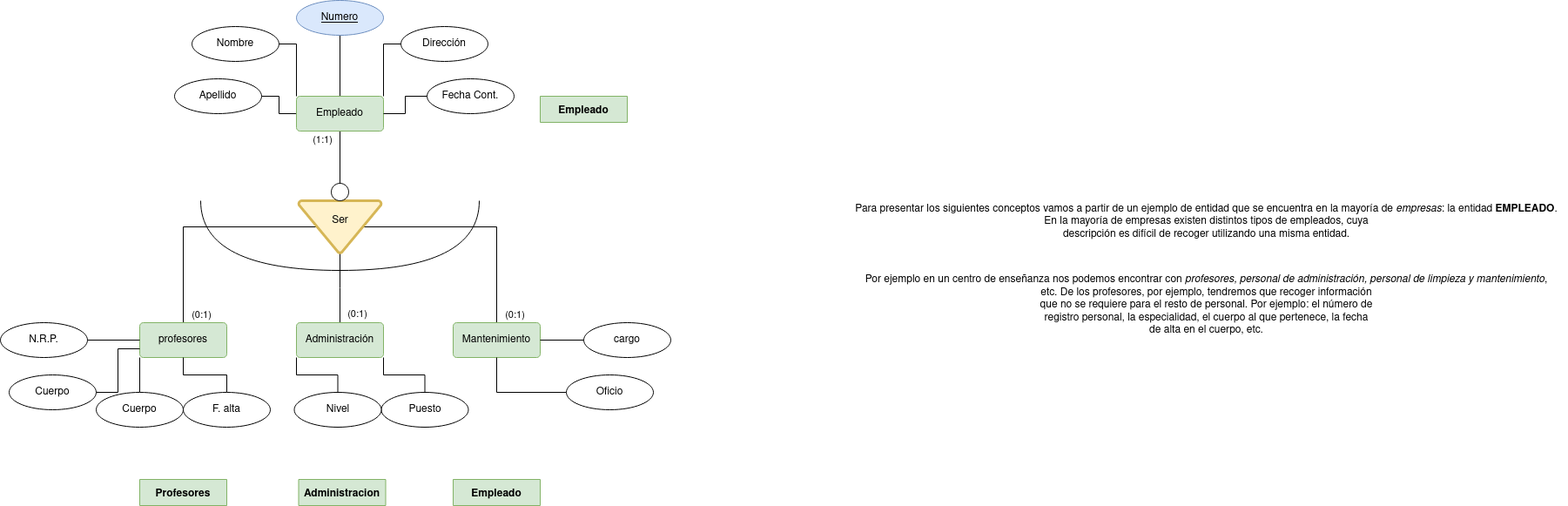
Above: tareas base de datos/Actividades_Esquemas/Actividades_Esquemas/ejercicio_7.drawio.png in Angel-L-G/Base-Datos (draw.io), before the change. Source tidied: cells renumbered, new cells last; positions are measured from the earlier drawing's top-left corner, leaving out a move shared by most shapes.
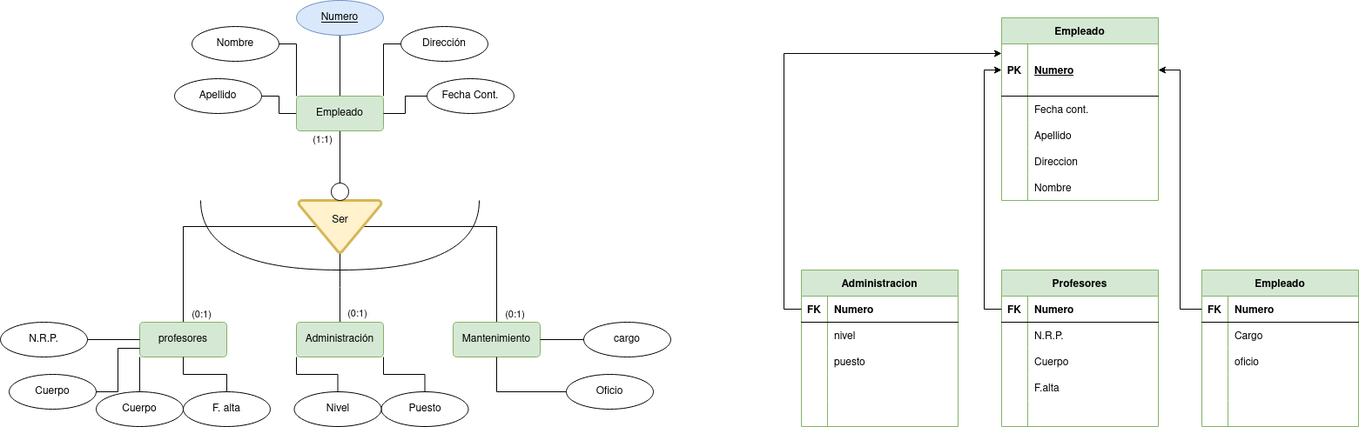
After the change.

The edit, as a diff of the source:
```diff
@@ -2,9 +2,6 @@
   <root>
     <mxCell id="0" />
     <mxCell id="1" parent="0" />
-    <mxCell id="2" value="&lt;br&gt;&lt;br/&gt;&lt;p dir=&quot;auto&quot;&gt;Para presentar los siguientes conceptos vamos a partir de un ejemplo de entidad que se encuentra en la mayoría de &lt;em&gt;empresas&lt;/em&gt;: la entidad &lt;strong&gt;EMPLEADO&lt;/strong&gt;.&lt;br/&gt; En la mayoría de empresas existen distintos tipos de empleados, cuya &lt;br/&gt;descripción es difícil de recoger utilizando una misma entidad.&lt;/p&gt;&lt;br/&gt;&lt;p dir=&quot;auto&quot;&gt;Por ejemplo en un centro de enseñanza nos podemos encontrar con &lt;em&gt;profesores, personal de administración, personal de limpieza y mantenimiento&lt;/em&gt;,&lt;br/&gt; etc. De los profesores, por ejemplo, tendremos que recoger información &lt;br/&gt;que no se requiere para el resto de personal. Por ejemplo: el número de &lt;br/&gt;registro personal, la especialidad, el cuerpo al que pertenece, la fecha&lt;br/&gt; de alta en el cuerpo, etc.&lt;/p&gt;" style="text;html=1;align=center;verticalAlign=middle;strokeColor=none;fillColor=none;" parent="1" vertex="1">
-      <mxGeometry x="970" y="185" width="830" height="220" as="geometry" />
-    </mxCell>
     <mxCell id="3" style="edgeStyle=orthogonalEdgeStyle;rounded=0;jettySize=auto;html=1;entryX=0.22;entryY=0.5;entryDx=0;entryDy=0;entryPerimeter=0;endArrow=none;endFill=0;" parent="1" edge="1" source="5" target="18">
       <mxGeometry relative="1" as="geometry">
         <Array as="points">
@@ -142,17 +139,211 @@
     <mxCell id="42" value="N.R.P." style="ellipse;whiteSpace=wrap;html=1;align=center;strokeWidth=1;" parent="1" vertex="1">
       <mxGeometry y="370" width="100" height="40" as="geometry" />
     </mxCell>
-    <mxCell id="43" value="Empleado" style="shape=table;startSize=30;rowLines=0;fontStyle=1;align=center;fillColor=#d5e8d4;strokeColor=#82b366;" parent="1" vertex="1" collapsed="1">
-      <mxGeometry x="620" y="110" width="100" height="30" as="geometry" />
+    <mxCell id="43" value="Empleado" style="shape=table;startSize=30;rowLines=0;fontStyle=1;align=center;fillColor=#d5e8d4;strokeColor=#82b366;" parent="1" vertex="1">
+      <mxGeometry x="1150" y="20" width="180" height="210" as="geometry" />
     </mxCell>
+    <mxCell id="47" style="shape=tableRow;horizontal=0;startSize=0;swimlaneHead=0;swimlaneBody=0;fillColor=none;points=[[0,0.5],[1,0.5]];portConstraint=eastwest;top=0;left=0;right=0;bottom=1;" parent="43" vertex="1">
+      <mxGeometry y="30" width="180" height="60" as="geometry" />
+    </mxCell>
+    <mxCell id="48" value="PK" style="shape=partialRectangle;fillColor=none;top=0;left=0;bottom=0;right=0;fontStyle=1;overflow=hidden;" parent="47" vertex="1">
+      <mxGeometry width="30" height="60" as="geometry" />
+    </mxCell>
+    <mxCell id="49" value="Numero" style="shape=partialRectangle;fillColor=none;top=0;left=0;bottom=0;right=0;align=left;spacingLeft=6;fontStyle=5;overflow=hidden;" parent="47" vertex="1">
+      <mxGeometry x="30" width="150" height="60" as="geometry" />
+    </mxCell>
+    <mxCell id="50" style="shape=tableRow;horizontal=0;startSize=0;swimlaneHead=0;swimlaneBody=0;fillColor=none;top=0;left=0;right=0;bottom=0;" parent="43" vertex="1">
+      <mxGeometry y="90" width="180" height="30" as="geometry" />
+    </mxCell>
+    <mxCell id="51" style="shape=partialRectangle;fillColor=none;top=0;left=0;bottom=0;right=0;overflow=hidden;" parent="50" vertex="1">
+      <mxGeometry width="30" height="30" as="geometry" />
+    </mxCell>
+    <mxCell id="52" value="Fecha cont." style="shape=partialRectangle;fillColor=none;top=0;left=0;bottom=0;right=0;align=left;spacingLeft=6;overflow=hidden;" parent="50" vertex="1">
+      <mxGeometry x="30" width="150" height="30" as="geometry" />
+    </mxCell>
+    <mxCell id="53" style="shape=tableRow;horizontal=0;startSize=0;swimlaneHead=0;swimlaneBody=0;fillColor=none;top=0;left=0;right=0;bottom=0;" parent="43" vertex="1">
+      <mxGeometry y="120" width="180" height="30" as="geometry" />
+    </mxCell>
+    <mxCell id="54" style="shape=partialRectangle;fillColor=none;top=0;left=0;bottom=0;right=0;overflow=hidden;" parent="53" vertex="1">
+      <mxGeometry width="30" height="30" as="geometry" />
+    </mxCell>
+    <mxCell id="55" value="Apellido" style="shape=partialRectangle;fillColor=none;top=0;left=0;bottom=0;right=0;align=left;spacingLeft=6;overflow=hidden;" parent="53" vertex="1">
+      <mxGeometry x="30" width="150" height="30" as="geometry" />
+    </mxCell>
+    <mxCell id="56" style="shape=tableRow;horizontal=0;startSize=0;swimlaneHead=0;swimlaneBody=0;fillColor=none;top=0;left=0;right=0;bottom=0;" parent="43" vertex="1">
+      <mxGeometry y="150" width="180" height="30" as="geometry" />
+    </mxCell>
+    <mxCell id="57" style="shape=partialRectangle;fillColor=none;top=0;left=0;bottom=0;right=0;overflow=hidden;" parent="56" vertex="1">
+      <mxGeometry width="30" height="30" as="geometry" />
+    </mxCell>
+    <mxCell id="58" value="Direccion" style="shape=partialRectangle;fillColor=none;top=0;left=0;bottom=0;right=0;align=left;spacingLeft=6;overflow=hidden;" parent="56" vertex="1">
+      <mxGeometry x="30" width="150" height="30" as="geometry" />
+    </mxCell>
+    <mxCell id="59" style="shape=tableRow;horizontal=0;startSize=0;swimlaneHead=0;swimlaneBody=0;fillColor=none;top=0;left=0;right=0;bottom=0;" parent="43" vertex="1">
+      <mxGeometry y="180" width="180" height="30" as="geometry" />
+    </mxCell>
+    <mxCell id="60" style="shape=partialRectangle;fillColor=none;top=0;left=0;bottom=0;right=0;overflow=hidden;" parent="59" vertex="1">
+      <mxGeometry width="30" height="30" as="geometry" />
+    </mxCell>
+    <mxCell id="61" value="Nombre" style="shape=partialRectangle;fillColor=none;top=0;left=0;bottom=0;right=0;align=left;spacingLeft=6;overflow=hidden;" parent="59" vertex="1">
+      <mxGeometry x="30" width="150" height="30" as="geometry" />
+    </mxCell>
-    <mxCell id="44" value="Profesores" style="shape=table;startSize=30;rowLines=0;fontStyle=1;align=center;fillColor=#d5e8d4;strokeColor=#82b366;" parent="1" vertex="1" collapsed="1">
-      <mxGeometry x="160" y="550" width="100" height="30" as="geometry" />
+    <mxCell id="44" value="Profesores" style="shape=table;startSize=30;rowLines=0;fontStyle=1;align=center;fillColor=#d5e8d4;strokeColor=#82b366;" parent="1" vertex="1">
+      <mxGeometry x="1150" y="310" width="180" height="180" as="geometry" />
     </mxCell>
+    <mxCell id="62" style="shape=tableRow;horizontal=0;startSize=0;swimlaneHead=0;swimlaneBody=0;fillColor=none;points=[[0,0.5],[1,0.5]];portConstraint=eastwest;top=0;left=0;right=0;bottom=1;" parent="44" vertex="1">
+      <mxGeometry y="30" width="180" height="30" as="geometry" />
+    </mxCell>
+    <mxCell id="63" value="FK" style="shape=partialRectangle;fillColor=none;top=0;left=0;bottom=0;right=0;fontStyle=1;overflow=hidden;" parent="62" vertex="1">
+      <mxGeometry width="30" height="30" as="geometry" />
+    </mxCell>
+    <mxCell id="64" value="Numero" style="shape=partialRectangle;fillColor=none;top=0;left=0;bottom=0;right=0;align=left;spacingLeft=6;fontStyle=1;overflow=hidden;" parent="62" vertex="1">
+      <mxGeometry x="30" width="150" height="30" as="geometry" />
+    </mxCell>
+    <mxCell id="65" style="shape=tableRow;horizontal=0;startSize=0;swimlaneHead=0;swimlaneBody=0;fillColor=none;top=0;left=0;right=0;bottom=0;" parent="44" vertex="1">
+      <mxGeometry y="60" width="180" height="30" as="geometry" />
+    </mxCell>
+    <mxCell id="66" style="shape=partialRectangle;fillColor=none;top=0;left=0;bottom=0;right=0;overflow=hidden;" parent="65" vertex="1">
+      <mxGeometry width="30" height="30" as="geometry" />
+    </mxCell>
+    <mxCell id="67" value="N.R.P." style="shape=partialRectangle;fillColor=none;top=0;left=0;bottom=0;right=0;align=left;spacingLeft=6;overflow=hidden;" parent="65" vertex="1">
+      <mxGeometry x="30" width="150" height="30" as="geometry" />
+    </mxCell>
+    <mxCell id="68" style="shape=tableRow;horizontal=0;startSize=0;swimlaneHead=0;swimlaneBody=0;fillColor=none;top=0;left=0;right=0;bottom=0;" parent="44" vertex="1">
+      <mxGeometry y="90" width="180" height="30" as="geometry" />
+    </mxCell>
+    <mxCell id="69" style="shape=partialRectangle;fillColor=none;top=0;left=0;bottom=0;right=0;overflow=hidden;" parent="68" vertex="1">
+      <mxGeometry width="30" height="30" as="geometry" />
+    </mxCell>
+    <mxCell id="70" value="Cuerpo" style="shape=partialRectangle;fillColor=none;top=0;left=0;bottom=0;right=0;align=left;spacingLeft=6;overflow=hidden;" parent="68" vertex="1">
+      <mxGeometry x="30" width="150" height="30" as="geometry" />
+    </mxCell>
+    <mxCell id="71" style="shape=tableRow;horizontal=0;startSize=0;swimlaneHead=0;swimlaneBody=0;fillColor=none;top=0;left=0;right=0;bottom=0;" parent="44" vertex="1">
+      <mxGeometry y="120" width="180" height="30" as="geometry" />
+    </mxCell>
+    <mxCell id="72" style="shape=partialRectangle;fillColor=none;top=0;left=0;bottom=0;right=0;overflow=hidden;" parent="71" vertex="1">
+      <mxGeometry width="30" height="30" as="geometry" />
+    </mxCell>
+    <mxCell id="73" value="F.alta" style="shape=partialRectangle;fillColor=none;top=0;left=0;bottom=0;right=0;align=left;spacingLeft=6;overflow=hidden;" parent="71" vertex="1">
+      <mxGeometry x="30" width="150" height="30" as="geometry" />
+    </mxCell>
+    <mxCell id="74" style="shape=tableRow;horizontal=0;startSize=0;swimlaneHead=0;swimlaneBody=0;fillColor=none;top=0;left=0;right=0;bottom=0;" parent="44" vertex="1">
+      <mxGeometry y="150" width="180" height="30" as="geometry" />
+    </mxCell>
+    <mxCell id="75" style="shape=partialRectangle;fillColor=none;top=0;left=0;bottom=0;right=0;overflow=hidden;" parent="74" vertex="1">
+      <mxGeometry width="30" height="30" as="geometry" />
+    </mxCell>
+    <mxCell id="76" style="shape=partialRectangle;fillColor=none;top=0;left=0;bottom=0;right=0;align=left;spacingLeft=6;overflow=hidden;" parent="74" vertex="1">
+      <mxGeometry x="30" width="150" height="30" as="geometry" />
+    </mxCell>
-    <mxCell id="45" value="Administracion" style="shape=table;startSize=30;rowLines=0;fontStyle=1;align=center;fillColor=#d5e8d4;strokeColor=#82b366;" parent="1" vertex="1" collapsed="1">
-      <mxGeometry x="342.5" y="550" width="100" height="30" as="geometry" />
+    <mxCell id="45" value="Administracion" style="shape=table;startSize=30;rowLines=0;fontStyle=1;align=center;fillColor=#d5e8d4;strokeColor=#82b366;" parent="1" vertex="1">
+      <mxGeometry x="920" y="310" width="180" height="180" as="geometry" />
     </mxCell>
+    <mxCell id="77" style="shape=tableRow;horizontal=0;startSize=0;swimlaneHead=0;swimlaneBody=0;fillColor=none;points=[[0,0.5],[1,0.5]];portConstraint=eastwest;top=0;left=0;right=0;bottom=1;" parent="45" vertex="1">
+      <mxGeometry y="30" width="180" height="30" as="geometry" />
+    </mxCell>
+    <mxCell id="78" value="FK" style="shape=partialRectangle;fillColor=none;top=0;left=0;bottom=0;right=0;fontStyle=1;overflow=hidden;" parent="77" vertex="1">
+      <mxGeometry width="30" height="30" as="geometry" />
+    </mxCell>
+    <mxCell id="79" value="Numero" style="shape=partialRectangle;fillColor=none;top=0;left=0;bottom=0;right=0;align=left;spacingLeft=6;fontStyle=1;overflow=hidden;" parent="77" vertex="1">
+      <mxGeometry x="30" width="150" height="30" as="geometry" />
+    </mxCell>
+    <mxCell id="80" style="shape=tableRow;horizontal=0;startSize=0;swimlaneHead=0;swimlaneBody=0;fillColor=none;top=0;left=0;right=0;bottom=0;" parent="45" vertex="1">
+      <mxGeometry y="60" width="180" height="30" as="geometry" />
+    </mxCell>
+    <mxCell id="81" style="shape=partialRectangle;fillColor=none;top=0;left=0;bottom=0;right=0;overflow=hidden;" parent="80" vertex="1">
+      <mxGeometry width="30" height="30" as="geometry" />
+    </mxCell>
+    <mxCell id="82" value="nivel" style="shape=partialRectangle;fillColor=none;top=0;left=0;bottom=0;right=0;align=left;spacingLeft=6;overflow=hidden;" parent="80" vertex="1">
+      <mxGeometry x="30" width="150" height="30" as="geometry" />
+    </mxCell>
+    <mxCell id="83" style="shape=tableRow;horizontal=0;startSize=0;swimlaneHead=0;swimlaneBody=0;fillColor=none;top=0;left=0;right=0;bottom=0;" parent="45" vertex="1">
+      <mxGeometry y="90" width="180" height="30" as="geometry" />
+    </mxCell>
+    <mxCell id="84" style="shape=partialRectangle;fillColor=none;top=0;left=0;bottom=0;right=0;overflow=hidden;" parent="83" vertex="1">
+      <mxGeometry width="30" height="30" as="geometry" />
+    </mxCell>
+    <mxCell id="85" value="puesto" style="shape=partialRectangle;fillColor=none;top=0;left=0;bottom=0;right=0;align=left;spacingLeft=6;overflow=hidden;" parent="83" vertex="1">
+      <mxGeometry x="30" width="150" height="30" as="geometry" />
+    </mxCell>
+    <mxCell id="86" style="shape=tableRow;horizontal=0;startSize=0;swimlaneHead=0;swimlaneBody=0;fillColor=none;top=0;left=0;right=0;bottom=0;" parent="45" vertex="1">
+      <mxGeometry y="120" width="180" height="30" as="geometry" />
+    </mxCell>
+    <mxCell id="87" style="shape=partialRectangle;fillColor=none;top=0;left=0;bottom=0;right=0;overflow=hidden;" parent="86" vertex="1">
+      <mxGeometry width="30" height="30" as="geometry" />
+    </mxCell>
+    <mxCell id="88" style="shape=partialRectangle;fillColor=none;top=0;left=0;bottom=0;right=0;align=left;spacingLeft=6;overflow=hidden;" parent="86" vertex="1">
+      <mxGeometry x="30" width="150" height="30" as="geometry" />
+    </mxCell>
+    <mxCell id="89" style="shape=tableRow;horizontal=0;startSize=0;swimlaneHead=0;swimlaneBody=0;fillColor=none;top=0;left=0;right=0;bottom=0;" parent="45" vertex="1">
+      <mxGeometry y="150" width="180" height="30" as="geometry" />
+    </mxCell>
+    <mxCell id="90" style="shape=partialRectangle;fillColor=none;top=0;left=0;bottom=0;right=0;overflow=hidden;" parent="89" vertex="1">
+      <mxGeometry width="30" height="30" as="geometry" />
+    </mxCell>
+    <mxCell id="91" style="shape=partialRectangle;fillColor=none;top=0;left=0;bottom=0;right=0;align=left;spacingLeft=6;overflow=hidden;" parent="89" vertex="1">
+      <mxGeometry x="30" width="150" height="30" as="geometry" />
+    </mxCell>
-    <mxCell id="46" value="Empleado" style="shape=table;startSize=30;rowLines=0;fontStyle=1;align=center;fillColor=#d5e8d4;strokeColor=#82b366;" parent="1" vertex="1" collapsed="1">
-      <mxGeometry x="520" y="550" width="100" height="30" as="geometry" />
+    <mxCell id="46" value="Empleado" style="shape=table;startSize=30;rowLines=0;fontStyle=1;align=center;fillColor=#d5e8d4;strokeColor=#82b366;" parent="1" vertex="1">
+      <mxGeometry x="1380" y="310" width="180" height="180" as="geometry" />
     </mxCell>
+    <mxCell id="92" style="shape=tableRow;horizontal=0;startSize=0;swimlaneHead=0;swimlaneBody=0;fillColor=none;points=[[0,0.5],[1,0.5]];portConstraint=eastwest;top=0;left=0;right=0;bottom=1;" parent="46" vertex="1">
+      <mxGeometry y="30" width="180" height="30" as="geometry" />
+    </mxCell>
+    <mxCell id="93" value="FK" style="shape=partialRectangle;fillColor=none;top=0;left=0;bottom=0;right=0;fontStyle=1;overflow=hidden;" parent="92" vertex="1">
+      <mxGeometry width="30" height="30" as="geometry" />
+    </mxCell>
+    <mxCell id="94" value="Numero" style="shape=partialRectangle;fillColor=none;top=0;left=0;bottom=0;right=0;align=left;spacingLeft=6;fontStyle=1;overflow=hidden;" parent="92" vertex="1">
+      <mxGeometry x="30" width="150" height="30" as="geometry" />
+    </mxCell>
+    <mxCell id="95" style="shape=tableRow;horizontal=0;startSize=0;swimlaneHead=0;swimlaneBody=0;fillColor=none;top=0;left=0;right=0;bottom=0;" parent="46" vertex="1">
+      <mxGeometry y="60" width="180" height="30" as="geometry" />
+    </mxCell>
+    <mxCell id="96" style="shape=partialRectangle;fillColor=none;top=0;left=0;bottom=0;right=0;overflow=hidden;" parent="95" vertex="1">
+      <mxGeometry width="30" height="30" as="geometry" />
+    </mxCell>
+    <mxCell id="97" value="Cargo" style="shape=partialRectangle;fillColor=none;top=0;left=0;bottom=0;right=0;align=left;spacingLeft=6;overflow=hidden;" parent="95" vertex="1">
+      <mxGeometry x="30" width="150" height="30" as="geometry" />
+    </mxCell>
+    <mxCell id="98" style="shape=tableRow;horizontal=0;startSize=0;swimlaneHead=0;swimlaneBody=0;fillColor=none;top=0;left=0;right=0;bottom=0;" parent="46" vertex="1">
+      <mxGeometry y="90" width="180" height="30" as="geometry" />
+    </mxCell>
+    <mxCell id="99" style="shape=partialRectangle;fillColor=none;top=0;left=0;bottom=0;right=0;overflow=hidden;" parent="98" vertex="1">
+      <mxGeometry width="30" height="30" as="geometry" />
+    </mxCell>
+    <mxCell id="100" value="oficio" style="shape=partialRectangle;fillColor=none;top=0;left=0;bottom=0;right=0;align=left;spacingLeft=6;overflow=hidden;" parent="98" vertex="1">
+      <mxGeometry x="30" width="150" height="30" as="geometry" />
+    </mxCell>
+    <mxCell id="101" style="shape=tableRow;horizontal=0;startSize=0;swimlaneHead=0;swimlaneBody=0;fillColor=none;top=0;left=0;right=0;bottom=0;" parent="46" vertex="1">
+      <mxGeometry y="120" width="180" height="30" as="geometry" />
+    </mxCell>
+    <mxCell id="102" style="shape=partialRectangle;fillColor=none;top=0;left=0;bottom=0;right=0;overflow=hidden;" parent="101" vertex="1">
+      <mxGeometry width="30" height="30" as="geometry" />
+    </mxCell>
+    <mxCell id="103" style="shape=partialRectangle;fillColor=none;top=0;left=0;bottom=0;right=0;align=left;spacingLeft=6;overflow=hidden;" parent="101" vertex="1">
+      <mxGeometry x="30" width="150" height="30" as="geometry" />
+    </mxCell>
+    <mxCell id="104" style="shape=tableRow;horizontal=0;startSize=0;swimlaneHead=0;swimlaneBody=0;fillColor=none;top=0;left=0;right=0;bottom=0;" parent="46" vertex="1">
+      <mxGeometry y="150" width="180" height="30" as="geometry" />
+    </mxCell>
+    <mxCell id="105" style="shape=partialRectangle;fillColor=none;top=0;left=0;bottom=0;right=0;overflow=hidden;" parent="104" vertex="1">
+      <mxGeometry width="30" height="30" as="geometry" />
+    </mxCell>
+    <mxCell id="106" style="shape=partialRectangle;fillColor=none;top=0;left=0;bottom=0;right=0;align=left;spacingLeft=6;overflow=hidden;" parent="104" vertex="1">
+      <mxGeometry x="30" width="150" height="30" as="geometry" />
+    </mxCell>
+    <mxCell id="107" style="edgeStyle=orthogonalEdgeStyle;rounded=0;jettySize=auto;html=1;entryX=0;entryY=0.5;entryDx=0;entryDy=0;" parent="1" edge="1" source="62" target="47">
+      <mxGeometry relative="1" as="geometry" />
+    </mxCell>
+    <mxCell id="108" style="edgeStyle=orthogonalEdgeStyle;rounded=0;jettySize=auto;html=1;entryX=1;entryY=0.5;entryDx=0;entryDy=0;" parent="1" edge="1" source="92" target="47">
+      <mxGeometry relative="1" as="geometry" />
+    </mxCell>
+    <mxCell id="109" style="edgeStyle=orthogonalEdgeStyle;rounded=0;jettySize=auto;html=1;entryX=0;entryY=0.183;entryDx=0;entryDy=0;entryPerimeter=0;" parent="1" edge="1" source="77" target="47">
+      <mxGeometry relative="1" as="geometry">
+        <Array as="points">
+          <mxPoint x="900" y="355" />
+          <mxPoint x="900" y="61" />
+        </Array>
+      </mxGeometry>
+    </mxCell>
   </root>
 </mxGraphModel>
```
